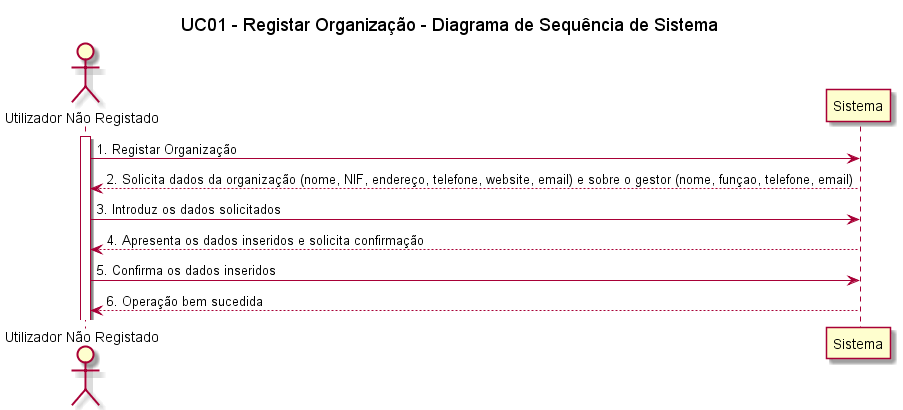
Before: Documentação/Sprint 2/UC01_Registar_Organizacao/UC01_Registar_Organizacao_Diagrama_Sequencia_Sistema.png, a diagram exported from PlantUML (blestonbandeiraUPSKILL/upskill_java1_labprg_grupo2). Source of this version:
```plantuml
@startuml

title UC01 - Registar Organização - Diagrama de Sequência de Sistema

actor "Utilizador Não Registado" as UtilizadorNaoRegistado
activate UtilizadorNaoRegistado

skinparam sequenceMessageAlign left
UtilizadorNaoRegistado -> Sistema: 1. Registar Organização
Sistema --> UtilizadorNaoRegistado: 2. Solicita dados da organização (nome, NIF, endereço, telefone, website, email) e sobre o gestor (nome, funçao, telefone, email)

UtilizadorNaoRegistado -> Sistema: 3. Introduz os dados solicitados
UtilizadorNaoRegistado <-- Sistema: 4. Apresenta os dados inseridos e solicita confirmação

UtilizadorNaoRegistado -> Sistema: 5. Confirma os dados inseridos
UtilizadorNaoRegistado <-- Sistema: 6. Operação bem sucedida

@enduml
```
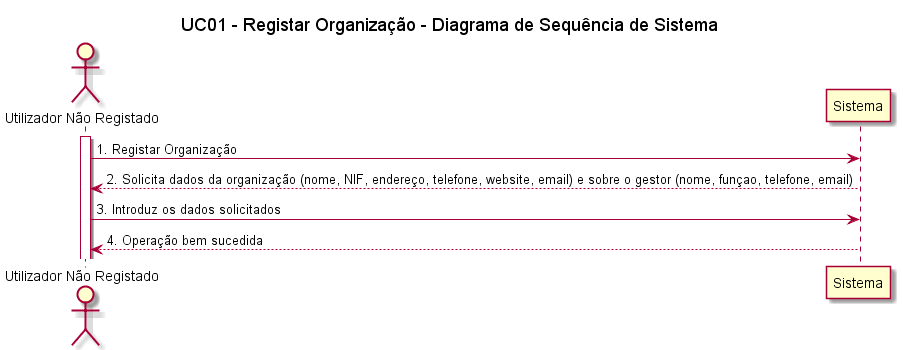
The same diagram one commit later.

Diff of the diagram source:
```diff
@@ -10,9 +10,6 @@
 Sistema --> UtilizadorNaoRegistado: 2. Solicita dados da organização (nome, NIF, endereço, telefone, website, email) e sobre o gestor (nome, funçao, telefone, email)
 
 UtilizadorNaoRegistado -> Sistema: 3. Introduz os dados solicitados
-UtilizadorNaoRegistado <-- Sistema: 4. Apresenta os dados inseridos e solicita confirmação
-
-UtilizadorNaoRegistado -> Sistema: 5. Confirma os dados inseridos
-UtilizadorNaoRegistado <-- Sistema: 6. Operação bem sucedida
+UtilizadorNaoRegistado <-- Sistema: 4. Operação bem sucedida
 
 @enduml
```
